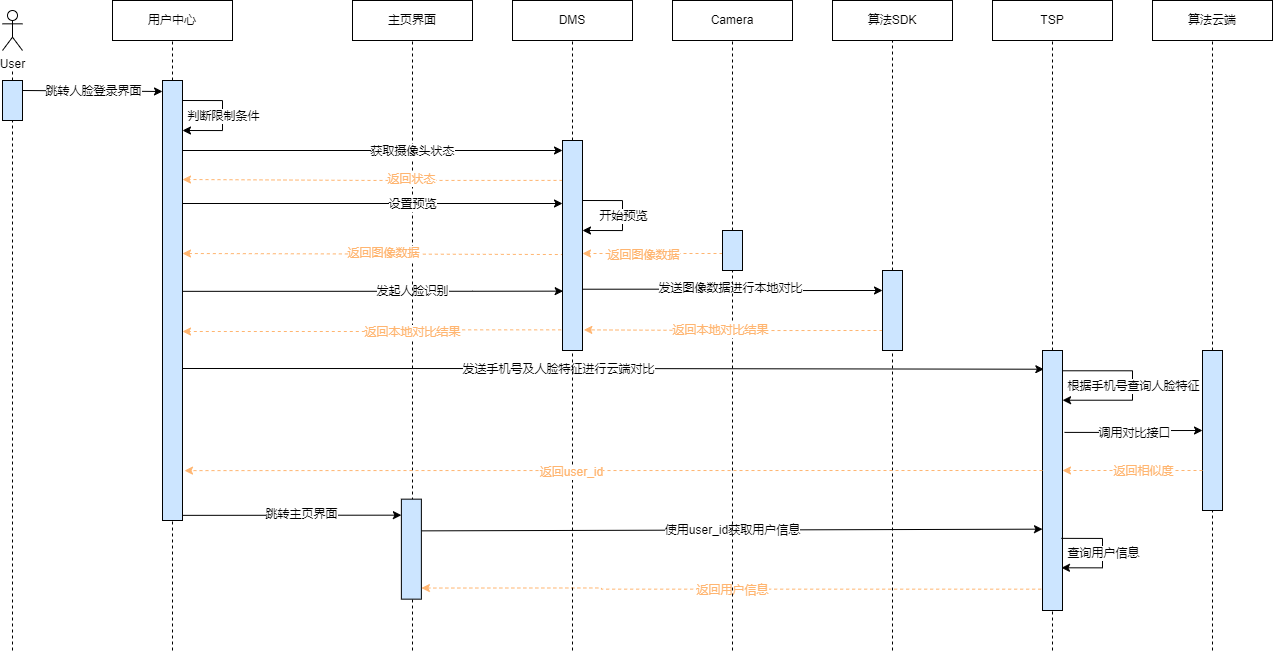
Before: x9hp/人脸登录时序图.png, a diagram exported from draw.io (notigit/Image). Source tidied: cells renumbered, new cells last; positions are measured from the earlier drawing's top-left corner, leaving out a move shared by most shapes.
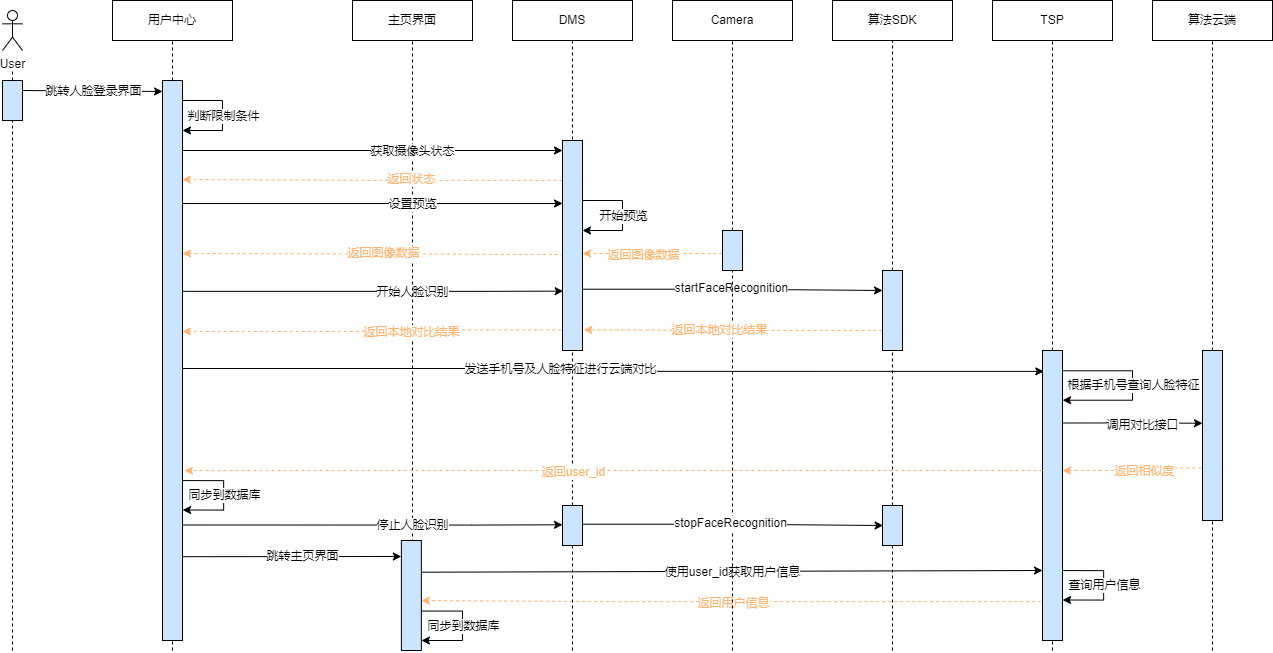
After the change.

Commit message:
更新人脸登录时序图.png

What changed in the source:
```diff
@@ -32,7 +32,7 @@
         </Array>
       </mxGeometry>
     </mxCell>
-    <mxCell id="8" value="发起人脸识别" style="edgeLabel;html=1;align=center;verticalAlign=middle;fontColor=#000000;" parent="7" vertex="1">
+    <mxCell id="8" value="开始人脸识别" style="edgeLabel;html=1;align=center;verticalAlign=middle;fontColor=#000000;" parent="7" vertex="1">
       <mxGeometry x="-0.09" relative="1" as="geometry">
         <mxPoint x="56" as="offset" />
       </mxGeometry>
@@ -50,16 +50,16 @@
         <mxPoint x="1050" y="650" as="sourcePoint" />
       </mxGeometry>
     </mxCell>
-    <mxCell id="12" style="edgeStyle=orthogonalEdgeStyle;rounded=0;jettySize=auto;html=1;exitX=1.1;exitY=0.315;exitDx=0;exitDy=0;entryX=0;entryY=0.5;entryDx=0;entryDy=0;fontColor=#000000;strokeColor=#000000;exitPerimeter=0;" parent="1" edge="1" source="14" target="52">
+    <mxCell id="12" style="edgeStyle=orthogonalEdgeStyle;rounded=0;jettySize=auto;html=1;exitX=1;exitY=0.25;exitDx=0;exitDy=0;entryX=0;entryY=0.428;entryDx=0;entryDy=0;entryPerimeter=0;fontColor=#000000;strokeColor=#000000;" parent="1" edge="1" source="14" target="52">
       <mxGeometry relative="1" as="geometry" />
     </mxCell>
     <mxCell id="13" value="调用对比接口" style="edgeLabel;html=1;align=center;verticalAlign=middle;fontColor=#000000;" parent="12" vertex="1">
-      <mxGeometry x="-0.29" y="3" relative="1" as="geometry">
-        <mxPoint x="20" y="3" as="offset" />
+      <mxGeometry x="-0.31" y="-2" relative="1" as="geometry">
+        <mxPoint x="31" as="offset" />
       </mxGeometry>
     </mxCell>
     <mxCell id="14" style="rounded=0;whiteSpace=wrap;html=1;fillColor=#CCE5FF;" parent="1" vertex="1">
-      <mxGeometry x="1040" y="350" width="20" height="260" as="geometry" />
+      <mxGeometry x="1040" y="350" width="20" height="290" as="geometry" />
     </mxCell>
     <mxCell id="15" style="endArrow=classic;html=1;rounded=0;exitX=1;exitY=0.25;exitDx=0;exitDy=0;" parent="1" edge="1">
       <mxGeometry relative="1" as="geometry">
@@ -79,8 +79,8 @@
     </mxCell>
     <mxCell id="18" style="endArrow=classic;html=1;rounded=0;fontSize=11;fontColor=#FFB570;strokeColor=#000000;fillColor=#FFF2CC;exitX=1;exitY=0.25;exitDx=0;exitDy=0;entryX=0;entryY=0.125;entryDx=0;entryDy=0;entryPerimeter=0;" parent="1" edge="1">
       <mxGeometry relative="1" as="geometry">
-        <mxPoint x="418.9" y="530.4" as="sourcePoint" />
-        <mxPoint x="1040" y="528.7" as="targetPoint" />
+        <mxPoint x="418.9" y="571.7" as="sourcePoint" />
+        <mxPoint x="1040" y="570" as="targetPoint" />
       </mxGeometry>
     </mxCell>
     <mxCell id="19" value="使用user_id获取用户信息" style="edgeLabel;html=1;align=center;verticalAlign=middle;fontSize=11;fontColor=#000000;fillColor=#FFB570;" parent="18" vertex="1">
@@ -88,11 +88,11 @@
     </mxCell>
     <mxCell id="20" style="endArrow=classic;html=1;rounded=0;fontSize=11;fontColor=#000000;strokeColor=#000000;fillColor=#FFF2CC;edgeStyle=orthogonalEdgeStyle;entryX=1.004;entryY=0.618;entryDx=0;entryDy=0;exitX=1;exitY=0.25;exitDx=0;exitDy=0;entryPerimeter=0;" parent="1" edge="1">
       <mxGeometry relative="1" as="geometry">
-        <mxPoint x="1058.9" y="537.9" as="sourcePoint" />
-        <mxPoint x="1059" y="567.3" as="targetPoint" />
+        <mxPoint x="1060" y="570.1" as="sourcePoint" />
+        <mxPoint x="1060.1" y="599.5" as="targetPoint" />
         <Array as="points">
-          <mxPoint x="1100" y="537.7" />
-          <mxPoint x="1100" y="567.7" />
+          <mxPoint x="1101.1" y="569.9" />
+          <mxPoint x="1101.1" y="599.9" />
         </Array>
       </mxGeometry>
     </mxCell>
@@ -101,10 +101,10 @@
     </mxCell>
     <mxCell id="22" style="edgeStyle=orthogonalEdgeStyle;rounded=0;orthogonalLoop=1;jettySize=auto;html=1;exitX=-0.067;exitY=0.875;exitDx=0;exitDy=0;fontSize=11;dashed=1;fillColor=#FFF2CC;strokeColor=#FFB570;exitPerimeter=0;" parent="1" edge="1">
       <mxGeometry relative="1" as="geometry">
-        <mxPoint x="1038.7" y="588.7" as="sourcePoint" />
-        <mxPoint x="418.9" y="587.5" as="targetPoint" />
+        <mxPoint x="1038.7" y="601.1" as="sourcePoint" />
+        <mxPoint x="418.9" y="600" as="targetPoint" />
         <Array as="points">
-          <mxPoint x="599" y="587.7" />
+          <mxPoint x="599" y="600.1" />
         </Array>
       </mxGeometry>
     </mxCell>
@@ -122,12 +122,12 @@
       </mxGeometry>
     </mxCell>
     <mxCell id="26" style="rounded=0;whiteSpace=wrap;html=1;fillColor=#CCE5FF;" parent="1" vertex="1">
-      <mxGeometry x="398.9" y="498.7" width="20" height="100" as="geometry" />
+      <mxGeometry x="398.9" y="540" width="20" height="110" as="geometry" />
     </mxCell>
     <mxCell id="27" style="endArrow=classic;html=1;rounded=0;fontSize=11;fontColor=#000000;strokeColor=#000000;fillColor=#FFF2CC;exitX=1.056;exitY=0.554;exitDx=0;exitDy=0;exitPerimeter=0;" parent="1" edge="1">
       <mxGeometry relative="1" as="geometry">
-        <mxPoint x="180" y="514.9" as="sourcePoint" />
-        <mxPoint x="398.9" y="514.7" as="targetPoint" />
+        <mxPoint x="180" y="556.2" as="sourcePoint" />
+        <mxPoint x="398.9" y="556" as="targetPoint" />
       </mxGeometry>
     </mxCell>
     <mxCell id="28" value="跳转主页界面" style="edgeLabel;html=1;align=center;verticalAlign=middle;fontSize=11;fontColor=#000000;fillColor=#FFB570;" parent="27" vertex="1">
@@ -138,10 +138,8 @@
     <mxCell id="29" value="DMS" style="rounded=0;whiteSpace=wrap;html=1;" parent="1" vertex="1">
       <mxGeometry x="510" width="120" height="40" as="geometry" />
     </mxCell>
-    <mxCell id="30" style="endArrow=none;dashed=1;html=1;rounded=0;startArrow=none;entryX=0.5;entryY=1;entryDx=0;entryDy=0;" parent="1" edge="1" target="29">
-      <mxGeometry relative="1" as="geometry">
-        <mxPoint x="570" y="650" as="sourcePoint" />
-      </mxGeometry>
+    <mxCell id="30" style="endArrow=none;dashed=1;html=1;rounded=0;startArrow=none;entryX=0.5;entryY=1;entryDx=0;entryDy=0;" parent="1" edge="1" source="74" target="29">
+      <mxGeometry relative="1" as="geometry" />
     </mxCell>
     <mxCell id="31" style="edgeStyle=orthogonalEdgeStyle;rounded=0;jettySize=auto;html=1;exitX=0.067;exitY=0.543;exitDx=0;exitDy=0;dashed=1;fontColor=#FFB570;strokeColor=#FFB570;exitPerimeter=0;" parent="1" edge="1" source="66">
       <mxGeometry relative="1" as="geometry">
@@ -161,7 +159,7 @@
         <mxPoint x="579.3" y="288.7" as="sourcePoint" />
       </mxGeometry>
     </mxCell>
-    <mxCell id="34" value="发送图像数据进行本地对比" style="edgeLabel;html=1;align=center;verticalAlign=middle;fontColor=#000000;" parent="33" vertex="1">
+    <mxCell id="34" value="startFaceRecognition" style="edgeLabel;html=1;align=center;verticalAlign=middle;fontColor=#000000;" parent="33" vertex="1">
       <mxGeometry x="-0.14" y="1" relative="1" as="geometry">
         <mxPoint x="19" as="offset" />
       </mxGeometry>
@@ -228,10 +226,8 @@
     <mxCell id="48" style="rounded=0;whiteSpace=wrap;html=1;fillColor=#CCE5FF;" parent="1" vertex="1">
       <mxGeometry x="880" y="270" width="20" height="80" as="geometry" />
     </mxCell>
-    <mxCell id="49" style="endArrow=none;dashed=1;html=1;rounded=0;startArrow=none;entryX=0.5;entryY=1;entryDx=0;entryDy=0;" parent="1" edge="1" target="48">
-      <mxGeometry relative="1" as="geometry">
-        <mxPoint x="890" y="650" as="sourcePoint" />
-      </mxGeometry>
+    <mxCell id="49" style="endArrow=none;dashed=1;html=1;rounded=0;startArrow=none;entryX=0.5;entryY=1;entryDx=0;entryDy=0;" parent="1" edge="1" source="76" target="48">
+      <mxGeometry relative="1" as="geometry" />
     </mxCell>
     <mxCell id="50" style="edgeStyle=orthogonalEdgeStyle;rounded=0;orthogonalLoop=1;jettySize=auto;html=1;exitX=-0.067;exitY=0.871;exitDx=0;exitDy=0;fontColor=#000000;strokeColor=#FFB570;dashed=1;exitPerimeter=0;" parent="1" edge="1">
       <mxGeometry relative="1" as="geometry">
@@ -249,13 +245,8 @@
       </mxGeometry>
     </mxCell>
     <mxCell id="52" style="rounded=0;whiteSpace=wrap;html=1;fillColor=#CCE5FF;" parent="1" vertex="1">
-      <mxGeometry x="1200" y="350" width="20" height="160" as="geometry" />
+      <mxGeometry x="1200" y="350" width="20" height="170" as="geometry" />
     </mxCell>
-    <mxCell id="53" style="endArrow=none;dashed=1;html=1;rounded=0;startArrow=none;entryX=0.5;entryY=1;entryDx=0;entryDy=0;" parent="1" edge="1" target="52">
-      <mxGeometry relative="1" as="geometry">
-        <mxPoint x="1210" y="510" as="sourcePoint" />
-      </mxGeometry>
-    </mxCell>
     <mxCell id="54" style="endArrow=classic;html=1;rounded=0;fontSize=11;fontColor=#000000;strokeColor=#000000;fillColor=#FFF2CC;edgeStyle=orthogonalEdgeStyle;entryX=1.004;entryY=0.618;entryDx=0;entryDy=0;exitX=1;exitY=0.25;exitDx=0;exitDy=0;entryPerimeter=0;" parent="1" edge="1">
       <mxGeometry relative="1" as="geometry">
         <mxPoint x="1060" y="370.3" as="sourcePoint" />
@@ -269,7 +260,7 @@
     <mxCell id="55" value="根据手机号查询人脸特征" style="edgeLabel;html=1;align=center;verticalAlign=middle;fontSize=11;fontColor=#000000;fillColor=#FFB570;" parent="54" vertex="1">
       <mxGeometry relative="1" as="geometry" />
     </mxCell>
-    <mxCell id="56" style="edgeStyle=orthogonalEdgeStyle;rounded=0;jettySize=auto;html=1;exitX=0;exitY=0.75;exitDx=0;exitDy=0;fontColor=#000000;strokeColor=#FFB570;dashed=1;" parent="1" edge="1" source="52">
+    <mxCell id="56" style="edgeStyle=orthogonalEdgeStyle;rounded=0;jettySize=auto;html=1;exitX=-0.064;exitY=0.691;exitDx=0;exitDy=0;fontColor=#000000;strokeColor=#FFB570;dashed=1;exitPerimeter=0;" parent="1" edge="1" source="52">
       <mxGeometry relative="1" as="geometry">
         <mxPoint x="1060" y="470" as="targetPoint" />
       </mxGeometry>
@@ -295,12 +286,12 @@
       </mxGeometry>
     </mxCell>
     <mxCell id="60" style="rounded=0;whiteSpace=wrap;html=1;fillColor=#CCE5FF;" parent="1" vertex="1">
-      <mxGeometry x="160" y="80" width="20" height="440" as="geometry" />
+      <mxGeometry x="160" y="80" width="20" height="560" as="geometry" />
     </mxCell>
     <mxCell id="61" style="endArrow=none;dashed=1;html=1;rounded=0;startArrow=none;entryX=0.5;entryY=1;entryDx=0;entryDy=0;" parent="1" edge="1">
       <mxGeometry relative="1" as="geometry">
-        <mxPoint x="170" y="580" as="sourcePoint" />
-        <mxPoint x="170" y="580" as="targetPoint" />
+        <mxPoint x="170" y="621.3" as="sourcePoint" />
+        <mxPoint x="170" y="621.3" as="targetPoint" />
       </mxGeometry>
     </mxCell>
     <mxCell id="62" style="edgeStyle=orthogonalEdgeStyle;rounded=0;orthogonalLoop=1;jettySize=auto;html=1;fontColor=#FFB570;strokeColor=#000000;" parent="1" edge="1">
@@ -358,5 +349,77 @@
     <mxCell id="71" style="rounded=0;whiteSpace=wrap;html=1;fillColor=#CCE5FF;" parent="1" vertex="1">
       <mxGeometry y="80" width="20" height="40" as="geometry" />
     </mxCell>
+    <mxCell id="72" style="endArrow=classic;html=1;rounded=0;fontSize=11;fontColor=#000000;strokeColor=#000000;fillColor=#FFF2CC;edgeStyle=orthogonalEdgeStyle;entryX=1.004;entryY=0.618;entryDx=0;entryDy=0;exitX=1;exitY=0.25;exitDx=0;exitDy=0;entryPerimeter=0;" parent="1" edge="1">
+      <mxGeometry relative="1" as="geometry">
+        <mxPoint x="180" y="480.1" as="sourcePoint" />
+        <mxPoint x="180.1" y="509.5" as="targetPoint" />
+        <Array as="points">
+          <mxPoint x="221.1" y="479.9" />
+          <mxPoint x="221.1" y="509.9" />
+        </Array>
+      </mxGeometry>
+    </mxCell>
+    <mxCell id="73" value="同步到数据库" style="edgeLabel;html=1;align=center;verticalAlign=middle;fontSize=11;fontColor=#000000;fillColor=#FFB570;" parent="72" vertex="1">
+      <mxGeometry relative="1" as="geometry" />
+    </mxCell>
+    <mxCell id="74" style="rounded=0;whiteSpace=wrap;html=1;fillColor=#CCE5FF;" parent="1" vertex="1">
+      <mxGeometry x="560" y="505" width="20" height="40" as="geometry" />
+    </mxCell>
+    <mxCell id="75" style="endArrow=none;dashed=1;html=1;rounded=0;startArrow=none;entryX=0.5;entryY=1;entryDx=0;entryDy=0;" parent="1" edge="1" target="74">
+      <mxGeometry relative="1" as="geometry">
+        <mxPoint x="570" y="650" as="sourcePoint" />
+      </mxGeometry>
+    </mxCell>
+    <mxCell id="76" style="rounded=0;whiteSpace=wrap;html=1;fillColor=#CCE5FF;" parent="1" vertex="1">
+      <mxGeometry x="880" y="505" width="20" height="40" as="geometry" />
+    </mxCell>
+    <mxCell id="77" style="endArrow=none;dashed=1;html=1;rounded=0;startArrow=none;entryX=0.5;entryY=1;entryDx=0;entryDy=0;" parent="1" edge="1" target="76">
+      <mxGeometry relative="1" as="geometry">
+        <mxPoint x="890" y="650" as="sourcePoint" />
+      </mxGeometry>
+    </mxCell>
+    <mxCell id="78" style="edgeStyle=orthogonalEdgeStyle;rounded=0;orthogonalLoop=1;jettySize=auto;html=1;entryX=0.033;entryY=0.629;entryDx=0;entryDy=0;entryPerimeter=0;fontColor=#FFB570;strokeColor=#000000;exitX=1.033;exitY=0.169;exitDx=0;exitDy=0;exitPerimeter=0;" parent="1" edge="1">
+      <mxGeometry relative="1" as="geometry">
+        <mxPoint x="180" y="524.5" as="sourcePoint" />
+        <mxPoint x="560" y="524.3" as="targetPoint" />
+        <Array as="points">
+          <mxPoint x="469.3" y="524.6" />
+          <mxPoint x="469.3" y="524.6" />
+        </Array>
+      </mxGeometry>
+    </mxCell>
+    <mxCell id="79" value="停止人脸识别" style="edgeLabel;html=1;align=center;verticalAlign=middle;fontColor=#000000;" parent="78" vertex="1">
+      <mxGeometry x="-0.09" relative="1" as="geometry">
+        <mxPoint x="56" as="offset" />
+      </mxGeometry>
+    </mxCell>
+    <mxCell id="80" style="edgeStyle=orthogonalEdgeStyle;rounded=0;orthogonalLoop=1;jettySize=auto;html=1;exitX=0.967;exitY=0.617;exitDx=0;exitDy=0;fontColor=#FFB570;strokeColor=#000000;entryX=0;entryY=0.25;entryDx=0;entryDy=0;exitPerimeter=0;" parent="1" edge="1">
+      <mxGeometry relative="1" as="geometry">
+        <mxPoint x="580" y="523.7" as="sourcePoint" />
+        <mxPoint x="880.7" y="525" as="targetPoint" />
+        <Array as="points">
+          <mxPoint x="730" y="524" />
+          <mxPoint x="881" y="525" />
+        </Array>
+      </mxGeometry>
+    </mxCell>
+    <mxCell id="81" value="stopFaceRecognition" style="edgeLabel;html=1;align=center;verticalAlign=middle;fontColor=#000000;" parent="80" vertex="1">
+      <mxGeometry x="-0.14" y="1" relative="1" as="geometry">
+        <mxPoint x="19" as="offset" />
+      </mxGeometry>
+    </mxCell>
+    <mxCell id="82" style="endArrow=classic;html=1;rounded=0;fontSize=11;fontColor=#000000;strokeColor=#000000;fillColor=#FFF2CC;edgeStyle=orthogonalEdgeStyle;entryX=1.004;entryY=0.618;entryDx=0;entryDy=0;exitX=1;exitY=0.25;exitDx=0;exitDy=0;entryPerimeter=0;" parent="1" edge="1">
+      <mxGeometry relative="1" as="geometry">
+        <mxPoint x="418.9" y="610.6" as="sourcePoint" />
+        <mxPoint x="419" y="640" as="targetPoint" />
+        <Array as="points">
+          <mxPoint x="460" y="610.4" />
+          <mxPoint x="460" y="640.4" />
+        </Array>
+      </mxGeometry>
+    </mxCell>
+    <mxCell id="83" value="同步到数据库" style="edgeLabel;html=1;align=center;verticalAlign=middle;fontSize=11;fontColor=#000000;fillColor=#FFB570;" parent="82" vertex="1">
+      <mxGeometry relative="1" as="geometry" />
+    </mxCell>
   </root>
 </mxGraphModel>
```
